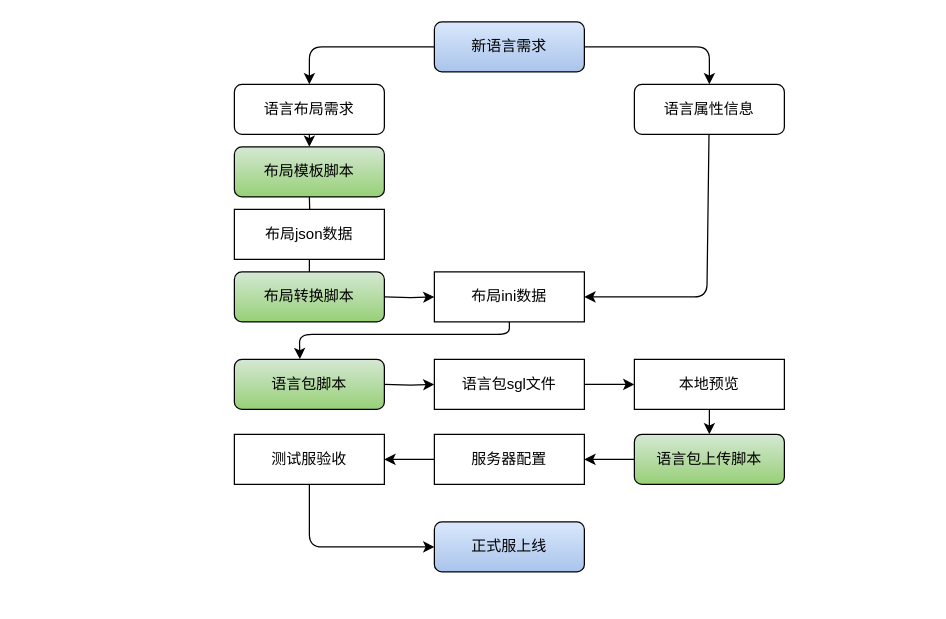
Earlier version of the draw.io diagram layout-editor/布局编辑器.drawio (chonglv/charts). Source tidied: cells renumbered, new cells numbered last; positions are measured from the earlier drawing's top-left corner, leaving out a move shared by most shapes. Both pictures are drawn from the tidied source at 125%, with x=0, y=0 at pixel (234, 21).
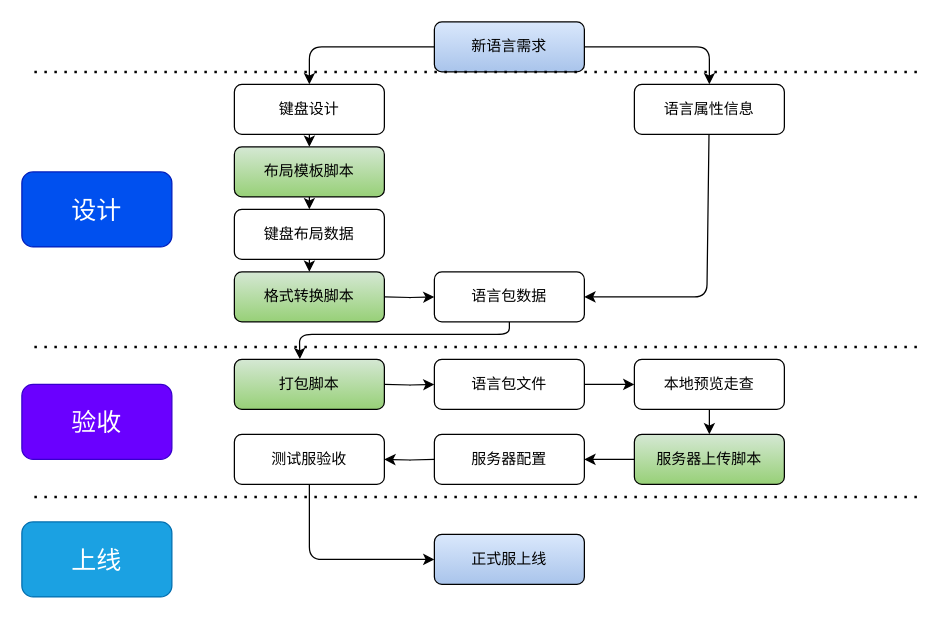
After the change.

Commit message (it also covers changes not shown here):
Update 布局编辑器.drawio

The edit, as a diff of the source:
```diff
@@
-    <mxCell id="2" style="edgeStyle=orthogonalEdgeStyle;rounded=0;jettySize=auto;html=1;" parent="1" edge="1" target="4">
+    <mxCell id="2" style="edgeStyle=orthogonalEdgeStyle;rounded=0;orthogonalLoop=1;jettySize=auto;html=1;" parent="1" edge="1">
       <mxGeometry relative="1" as="geometry">
         <mxPoint x="60" y="140" as="sourcePoint" />
+        <mxPoint x="60" y="150" as="targetPoint" />
       </mxGeometry>
     </mxCell>
-    <mxCell id="3" style="edgeStyle=orthogonalEdgeStyle;rounded=0;jettySize=auto;html=1;" parent="1" edge="1" source="4">
+    <mxCell id="3" style="edgeStyle=orthogonalEdgeStyle;rounded=0;orthogonalLoop=1;jettySize=auto;html=1;" parent="1" edge="1">
       <mxGeometry relative="1" as="geometry">
+        <mxPoint x="60" y="190" as="sourcePoint" />
         <mxPoint x="60" y="200" as="targetPoint" />
       </mxGeometry>
     </mxCell>
-    <mxCell id="4" value="布局json数据" style="rounded=0;whiteSpace=wrap;html=1;" parent="1" vertex="1">
-      <mxGeometry y="150" width="120" height="40" as="geometry" />
-    </mxCell>
-    <mxCell id="5" style="edgeStyle=orthogonalEdgeStyle;rounded=0;jettySize=auto;html=1;" parent="1" edge="1" target="6">
+    <mxCell id="5" style="edgeStyle=orthogonalEdgeStyle;rounded=0;orthogonalLoop=1;jettySize=auto;html=1;" parent="1" edge="1">
       <mxGeometry relative="1" as="geometry">
         <mxPoint x="120" y="220" as="sourcePoint" />
+        <mxPoint x="160" y="220" as="targetPoint" />
       </mxGeometry>
     </mxCell>
-    <mxCell id="6" value="布局ini数据" style="rounded=0;whiteSpace=wrap;html=1;" parent="1" vertex="1">
-      <mxGeometry x="160" y="200" width="120" height="40" as="geometry" />
-    </mxCell>
-    <mxCell id="7" style="edgeStyle=orthogonalEdgeStyle;rounded=0;jettySize=auto;html=1;" parent="1" edge="1" target="8">
+    <mxCell id="7" style="edgeStyle=orthogonalEdgeStyle;rounded=0;orthogonalLoop=1;jettySize=auto;html=1;" parent="1" edge="1">
       <mxGeometry relative="1" as="geometry">
         <mxPoint x="120" y="290" as="sourcePoint" />
+        <mxPoint x="160" y="290" as="targetPoint" />
       </mxGeometry>
     </mxCell>
-    <mxCell id="8" value="语言包sgl文件" style="rounded=0;whiteSpace=wrap;html=1;" parent="1" vertex="1">
-      <mxGeometry x="160" y="270" width="120" height="40" as="geometry" />
-    </mxCell>
-    <mxCell id="9" value="本地预览" style="rounded=0;whiteSpace=wrap;html=1;fillColor=#FFFFFF;" parent="1" vertex="1">
-      <mxGeometry x="320" y="270" width="120" height="40" as="geometry" />
-    </mxCell>
-    <mxCell id="10" value="服务器配置" style="rounded=0;whiteSpace=wrap;html=1;" parent="1" vertex="1">
-      <mxGeometry x="160" y="330" width="120" height="40" as="geometry" />
-    </mxCell>
-    <mxCell id="11" style="edgeStyle=orthogonalEdgeStyle;rounded=0;jettySize=auto;html=1;exitX=0;exitY=0.5;exitDx=0;exitDy=0;exitPerimeter=0;" parent="1" edge="1" source="10" target="12">
-      <mxGeometry relative="1" as="geometry" />
+    <mxCell id="11" style="edgeStyle=orthogonalEdgeStyle;rounded=0;orthogonalLoop=1;jettySize=auto;html=1;exitX=0;exitY=0.5;exitDx=0;exitDy=0;exitPerimeter=0;" parent="1" edge="1">
+      <mxGeometry relative="1" as="geometry">
+        <mxPoint x="160" y="350" as="sourcePoint" />
+        <mxPoint x="120" y="350" as="targetPoint" />
+      </mxGeometry>
     </mxCell>
-    <mxCell id="12" value="测试服验收" style="rounded=0;whiteSpace=wrap;html=1;" parent="1" vertex="1">
-      <mxGeometry y="330" width="120" height="40" as="geometry" />
-    </mxCell>
@@
-    <mxCell id="16" style="endArrow=classic;html=1;entryX=0;entryY=0.5;entryDx=0;entryDy=0;exitX=1;exitY=0.5;exitDx=0;exitDy=0;" parent="1" edge="1" source="8" target="9">
-      <mxGeometry relative="1" as="geometry" />
+    <mxCell id="16" style="endArrow=classic;html=1;entryX=0;entryY=0.5;entryDx=0;entryDy=0;exitX=1;exitY=0.5;exitDx=0;exitDy=0;" parent="1" edge="1">
+      <mxGeometry relative="1" as="geometry">
+        <mxPoint x="280" y="290" as="sourcePoint" />
+        <mxPoint x="320" y="290" as="targetPoint" />
+      </mxGeometry>
     </mxCell>
-    <mxCell id="17" style="endArrow=classic;html=1;exitX=0;exitY=0.5;exitDx=0;exitDy=0;entryX=1;entryY=0.5;entryDx=0;entryDy=0;" parent="1" edge="1" target="10">
+    <mxCell id="17" style="endArrow=classic;html=1;exitX=0;exitY=0.5;exitDx=0;exitDy=0;entryX=1;entryY=0.5;entryDx=0;entryDy=0;" parent="1" edge="1">
       <mxGeometry relative="1" as="geometry">
         <mxPoint x="320" y="350" as="sourcePoint" />
+        <mxPoint x="280" y="350" as="targetPoint" />
       </mxGeometry>
     </mxCell>
-    <mxCell id="18" style="endArrow=classic;html=1;entryX=1;entryY=0.5;entryDx=0;entryDy=0;" parent="1" edge="1" target="6">
+    <mxCell id="18" style="endArrow=classic;html=1;entryX=1;entryY=0.5;entryDx=0;entryDy=0;" parent="1" edge="1">
       <mxGeometry relative="1" as="geometry">
         <mxPoint x="379.7" y="90" as="sourcePoint" />
+        <mxPoint x="280" y="220" as="targetPoint" />
         <Array as="points">
           <mxPoint x="378" y="220" />
         </Array>
       </mxGeometry>
     </mxCell>
-    <mxCell id="19" style="endArrow=classic;html=1;exitX=0.5;exitY=1;exitDx=0;exitDy=0;entryX=0.437;entryY=-0.005;entryDx=0;entryDy=0;entryPerimeter=0;" parent="1" edge="1" source="6">
+    <mxCell id="19" style="endArrow=classic;html=1;exitX=0.5;exitY=1;exitDx=0;exitDy=0;entryX=0.437;entryY=-0.005;entryDx=0;entryDy=0;entryPerimeter=0;" parent="1" edge="1">
       <mxGeometry relative="1" as="geometry">
+        <mxPoint x="220" y="240" as="sourcePoint" />
         <mxPoint x="52.4" y="269.8" as="targetPoint" />
         <Array as="points">
           <mxPoint x="220" y="250" />
           <mxPoint x="52" y="250" />
         </Array>
       </mxGeometry>
     </mxCell>
-    <mxCell id="20" style="endArrow=classic;html=1;exitX=0.5;exitY=1;exitDx=0;exitDy=0;entryX=0.5;entryY=0;entryDx=0;entryDy=0;" parent="1" edge="1" source="9">
+    <mxCell id="20" style="endArrow=classic;html=1;exitX=0.5;exitY=1;exitDx=0;exitDy=0;entryX=0.5;entryY=0;entryDx=0;entryDy=0;" parent="1" edge="1">
       <mxGeometry relative="1" as="geometry">
+        <mxPoint x="380" y="310" as="sourcePoint" />
         <mxPoint x="380" y="330" as="targetPoint" />
       </mxGeometry>
     </mxCell>
-    <mxCell id="21" style="endArrow=classic;html=1;exitX=0.5;exitY=1;exitDx=0;exitDy=0;entryX=0;entryY=0.5;entryDx=0;entryDy=0;" parent="1" edge="1" source="12">
+    <mxCell id="21" style="endArrow=classic;html=1;exitX=0.5;exitY=1;exitDx=0;exitDy=0;entryX=0;entryY=0.5;entryDx=0;entryDy=0;" parent="1" edge="1" target="23">
       <mxGeometry relative="1" as="geometry">
-        <mxPoint x="160" y="420" as="targetPoint" />
+        <mxPoint x="60" y="360" as="sourcePoint" />
         <Array as="points">
-          <mxPoint x="60" y="420" />
+          <mxPoint x="60" y="430" />
         </Array>
       </mxGeometry>
     </mxCell>
@@
     <mxCell id="23" value="正式服上线" style="rounded=1;whiteSpace=wrap;html=1;strokeColor=#000000;fillColor=#DAE8FC;gradientColor=#A9C4EB;" parent="1" vertex="1">
-      <mxGeometry x="160" y="400" width="120" height="40" as="geometry" />
+      <mxGeometry x="160" y="410" width="120" height="40" as="geometry" />
     </mxCell>
-    <mxCell id="24" value="语言布局需求" style="rounded=1;whiteSpace=wrap;html=1;strokeColor=#000000;fillColor=#FFFFFF;" parent="1" vertex="1">
+    <mxCell id="24" value="键盘设计" style="rounded=1;whiteSpace=wrap;html=1;strokeColor=#000000;fillColor=#FFFFFF;" parent="1" vertex="1">
       <mxGeometry y="50" width="120" height="40" as="geometry" />
     </mxCell>
@@
-    <mxCell id="27" value="布局转换脚本" style="rounded=1;whiteSpace=wrap;html=1;strokeColor=#000000;fillColor=#D5E8D4;gradientColor=#97D077;" parent="1" vertex="1">
+    <mxCell id="27" value="格式转换脚本" style="rounded=1;whiteSpace=wrap;html=1;strokeColor=#000000;fillColor=#D5E8D4;gradientColor=#97D077;" parent="1" vertex="1">
       <mxGeometry y="200" width="120" height="40" as="geometry" />
     </mxCell>
-    <mxCell id="28" value="语言包脚本" style="rounded=1;whiteSpace=wrap;html=1;strokeColor=#000000;fillColor=#D5E8D4;gradientColor=#97D077;" parent="1" vertex="1">
+    <mxCell id="28" value="打包脚本" style="rounded=1;whiteSpace=wrap;html=1;strokeColor=#000000;fillColor=#D5E8D4;gradientColor=#97D077;" parent="1" vertex="1">
       <mxGeometry y="270" width="120" height="40" as="geometry" />
     </mxCell>
-    <mxCell id="29" value="语言包上传脚本" style="rounded=1;whiteSpace=wrap;html=1;strokeColor=#000000;fillColor=#D5E8D4;gradientColor=#97D077;" parent="1" vertex="1">
+    <mxCell id="29" value="服务器上传脚本" style="rounded=1;whiteSpace=wrap;html=1;strokeColor=#000000;fillColor=#D5E8D4;gradientColor=#97D077;" parent="1" vertex="1">
       <mxGeometry x="320" y="330" width="120" height="40" as="geometry" />
     </mxCell>
+    <mxCell id="30" value="键盘布局数据" style="rounded=1;whiteSpace=wrap;html=1;strokeColor=#000000;fillColor=#FFFFFF;" parent="1" vertex="1">
+      <mxGeometry y="150" width="120" height="40" as="geometry" />
+    </mxCell>
+    <mxCell id="31" value="语言包文件" style="rounded=1;whiteSpace=wrap;html=1;strokeColor=#000000;fillColor=#FFFFFF;" parent="1" vertex="1">
+      <mxGeometry x="160" y="270" width="120" height="40" as="geometry" />
+    </mxCell>
+    <mxCell id="32" value="本地预览走查" style="rounded=1;whiteSpace=wrap;html=1;strokeColor=#000000;fillColor=#FFFFFF;" parent="1" vertex="1">
+      <mxGeometry x="320" y="270" width="120" height="40" as="geometry" />
+    </mxCell>
+    <mxCell id="10" value="服务器配置" style="rounded=1;whiteSpace=wrap;html=1;strokeColor=#000000;fillColor=#FFFFFF;" parent="1" vertex="1">
+      <mxGeometry x="160" y="330" width="120" height="40" as="geometry" />
+    </mxCell>
+    <mxCell id="12" value="测试服验收" style="rounded=1;whiteSpace=wrap;html=1;strokeColor=#000000;fillColor=#FFFFFF;" parent="1" vertex="1">
+      <mxGeometry y="330" width="120" height="40" as="geometry" />
+    </mxCell>
+    <mxCell id="33" value="语言包数据" style="rounded=1;whiteSpace=wrap;html=1;strokeColor=#000000;fillColor=#FFFFFF;" parent="1" vertex="1">
+      <mxGeometry x="160" y="200" width="120" height="40" as="geometry" />
+    </mxCell>
+    <mxCell id="34" style="endArrow=none;dashed=1;html=1;dashPattern=1 3;strokeWidth=2;" parent="1" edge="1">
+      <mxGeometry relative="1" as="geometry">
+        <mxPoint x="-160" y="260" as="sourcePoint" />
+        <mxPoint x="550" y="260" as="targetPoint" />
+      </mxGeometry>
+    </mxCell>
+    <mxCell id="35" style="endArrow=none;dashed=1;html=1;dashPattern=1 3;strokeWidth=2;" parent="1" edge="1">
+      <mxGeometry relative="1" as="geometry">
+        <mxPoint x="-160" y="380" as="sourcePoint" />
+        <mxPoint x="550" y="380" as="targetPoint" />
+      </mxGeometry>
+    </mxCell>
+    <mxCell id="36" style="endArrow=none;dashed=1;html=1;dashPattern=1 3;strokeWidth=2;" parent="1" edge="1">
+      <mxGeometry relative="1" as="geometry">
+        <mxPoint x="-160" y="40" as="sourcePoint" />
+        <mxPoint x="550" y="40" as="targetPoint" />
+      </mxGeometry>
+    </mxCell>
+    <mxCell id="37" value="&lt;font style=&quot;font-size: 20px&quot;&gt;验收&lt;/font&gt;" style="rounded=1;whiteSpace=wrap;html=1;strokeColor=#3700CC;fillColor=#6a00ff;fontColor=#ffffff;" parent="1" vertex="1">
+      <mxGeometry x="-170" y="290" width="120" height="60" as="geometry" />
+    </mxCell>
+    <mxCell id="38" value="&lt;font style=&quot;font-size: 20px&quot;&gt;上线&lt;/font&gt;" style="rounded=1;whiteSpace=wrap;html=1;strokeColor=#006EAF;fillColor=#1ba1e2;fontColor=#ffffff;" parent="1" vertex="1">
+      <mxGeometry x="-170" y="400" width="120" height="60" as="geometry" />
+    </mxCell>
+    <mxCell id="39" value="&lt;font style=&quot;font-size: 20px&quot;&gt;设计&lt;/font&gt;" style="rounded=1;whiteSpace=wrap;html=1;strokeColor=#001DBC;fillColor=#0050ef;fontColor=#ffffff;" parent="1" vertex="1">
+      <mxGeometry x="-170" y="120" width="120" height="60" as="geometry" />
+    </mxCell>
```
